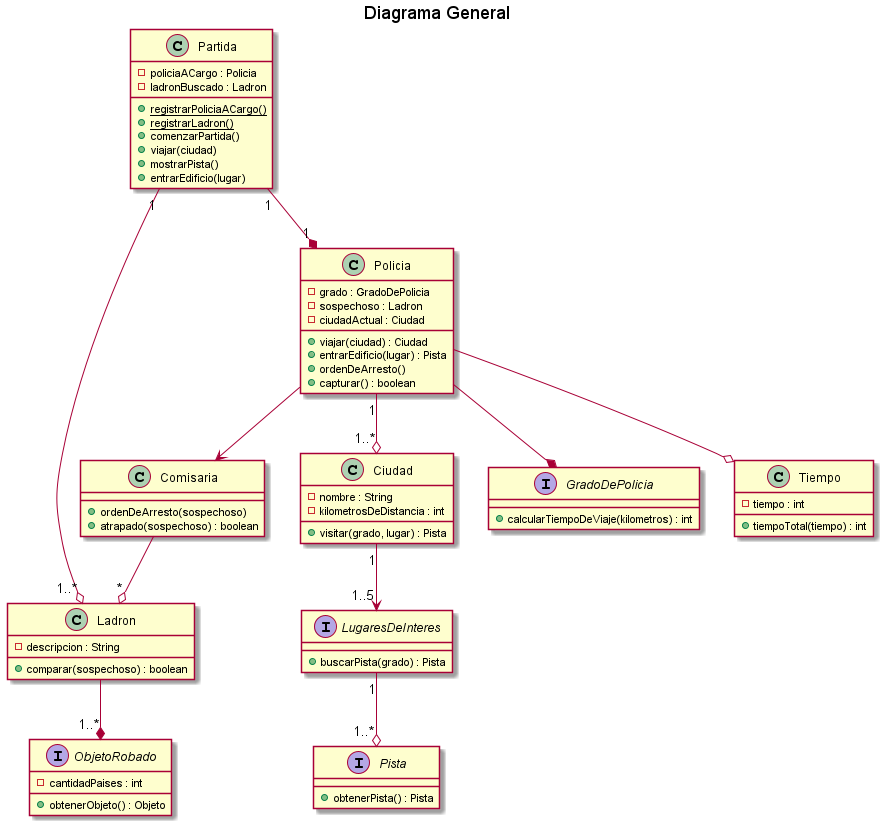
This is diagrams/classes/DC_general.png from kmu01/Algo3_tp2, a PlantUML export, as it was before one commit. The source it was exported from:
```plantuml
@startuml
title Diagrama General


class Ciudad{
    - nombre : String
    - kilometrosDeDistancia : int
    + visitar(grado, lugar) : Pista

}
class Partida{
    - policiaACargo : Policia
    - ladronBuscado : Ladron
    + {static} registrarPoliciaACargo()
    + {static} registrarLadron()
    + comenzarPartida()
    + viajar(ciudad)
    + mostrarPista()
    + entrarEdificio(lugar)
}

class Comisaria{
    + ordenDeArresto(sospechoso)
    + atrapado(sospechoso) : boolean
}
class Ladron{
    - descripcion : String
    + comparar(sospechoso) : boolean
}

class Policia{
    - grado : GradoDePolicia
    - sospechoso : Ladron
    - ciudadActual : Ciudad
    + viajar(ciudad) : Ciudad
    + entrarEdificio(lugar) : Pista
    + ordenDeArresto()
    + capturar() : boolean

}
interface GradoDePolicia{
    + calcularTiempoDeViaje(kilometros) : int
}

interface LugaresDeInteres{
    + buscarPista(grado) : Pista
}

interface Pista{
    + obtenerPista() : Pista
}

interface ObjetoRobado{
    - cantidadPaises : int
	+ obtenerObjeto() : Objeto
}

class Tiempo{
    - tiempo : int
    + tiempoTotal(tiempo) : int
}


Partida "1" --o "1..*" Ladron
Partida"1" --* "1"Policia
Policia --* GradoDePolicia
Policia --o Tiempo
Policia --> Comisaria
Policia "1" --o "1..*" Ciudad
Ciudad "1" --> "1..5"LugaresDeInteres
LugaresDeInteres "1" --o "1..*" Pista
Ladron --* "1..*" ObjetoRobado
Comisaria --o "*" Ladron

@enduml
```
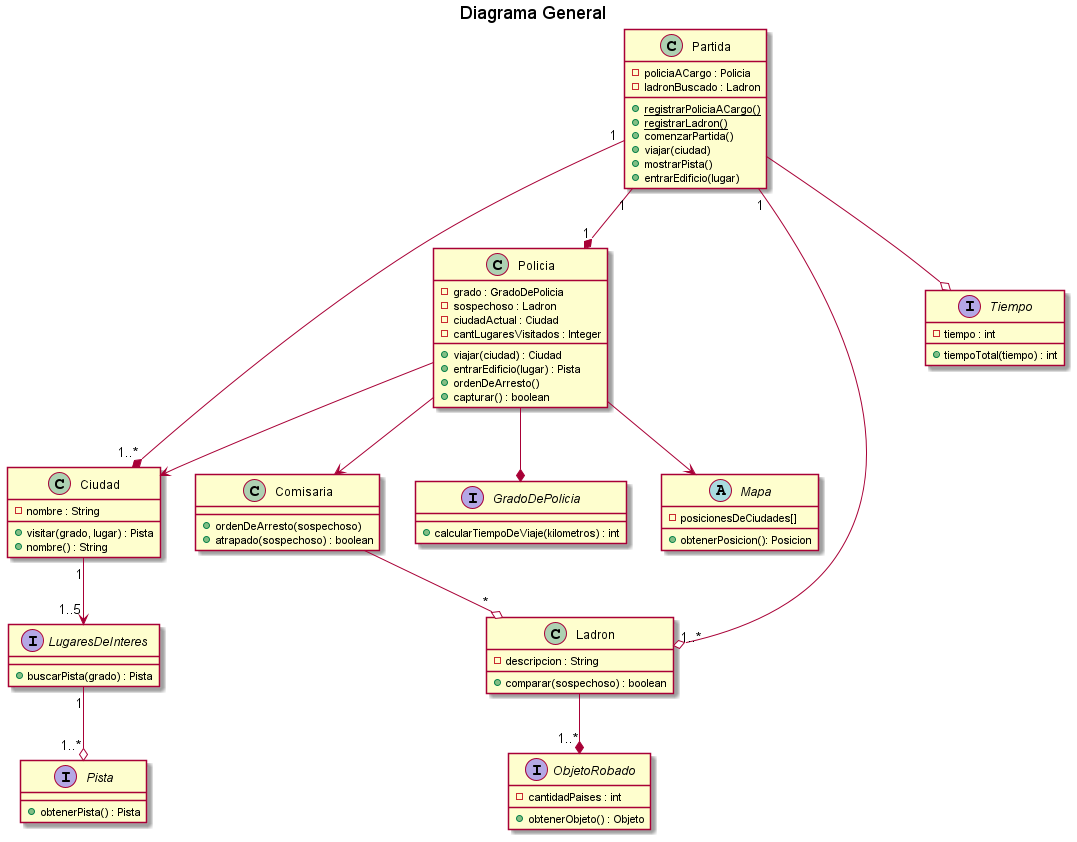
Later version of the same file.

Diff of the diagram source:
```diff
@@ -4,8 +4,8 @@
 
 class Ciudad{
     - nombre : String
-    - kilometrosDeDistancia : int
     + visitar(grado, lugar) : Pista
+    + nombre() : String
 
 }
 class Partida{
@@ -32,12 +32,18 @@
     - grado : GradoDePolicia
     - sospechoso : Ladron
     - ciudadActual : Ciudad
+    - cantLugaresVisitados : Integer
     + viajar(ciudad) : Ciudad
     + entrarEdificio(lugar) : Pista
     + ordenDeArresto()
     + capturar() : boolean
+}
 
+abstract Mapa{
+    -posicionesDeCiudades[]
+    +obtenerPosicion(): Posicion
 }
+
 interface GradoDePolicia{
     + calcularTiempoDeViaje(kilometros) : int
 }
@@ -55,7 +61,7 @@
 	+ obtenerObjeto() : Objeto
 }
 
-class Tiempo{
+interface Tiempo{
     - tiempo : int
     + tiempoTotal(tiempo) : int
 }
@@ -63,10 +69,12 @@
 
 Partida "1" --o "1..*" Ladron
 Partida"1" --* "1"Policia
+Partida --o Tiempo
 Policia --* GradoDePolicia
-Policia --o Tiempo
 Policia --> Comisaria
-Policia "1" --o "1..*" Ciudad
+Policia --> Mapa
+Partida "1" --* "1..*" Ciudad
+Policia --> Ciudad
 Ciudad "1" --> "1..5"LugaresDeInteres
 LugaresDeInteres "1" --o "1..*" Pista
 Ladron --* "1..*" ObjetoRobado
```
